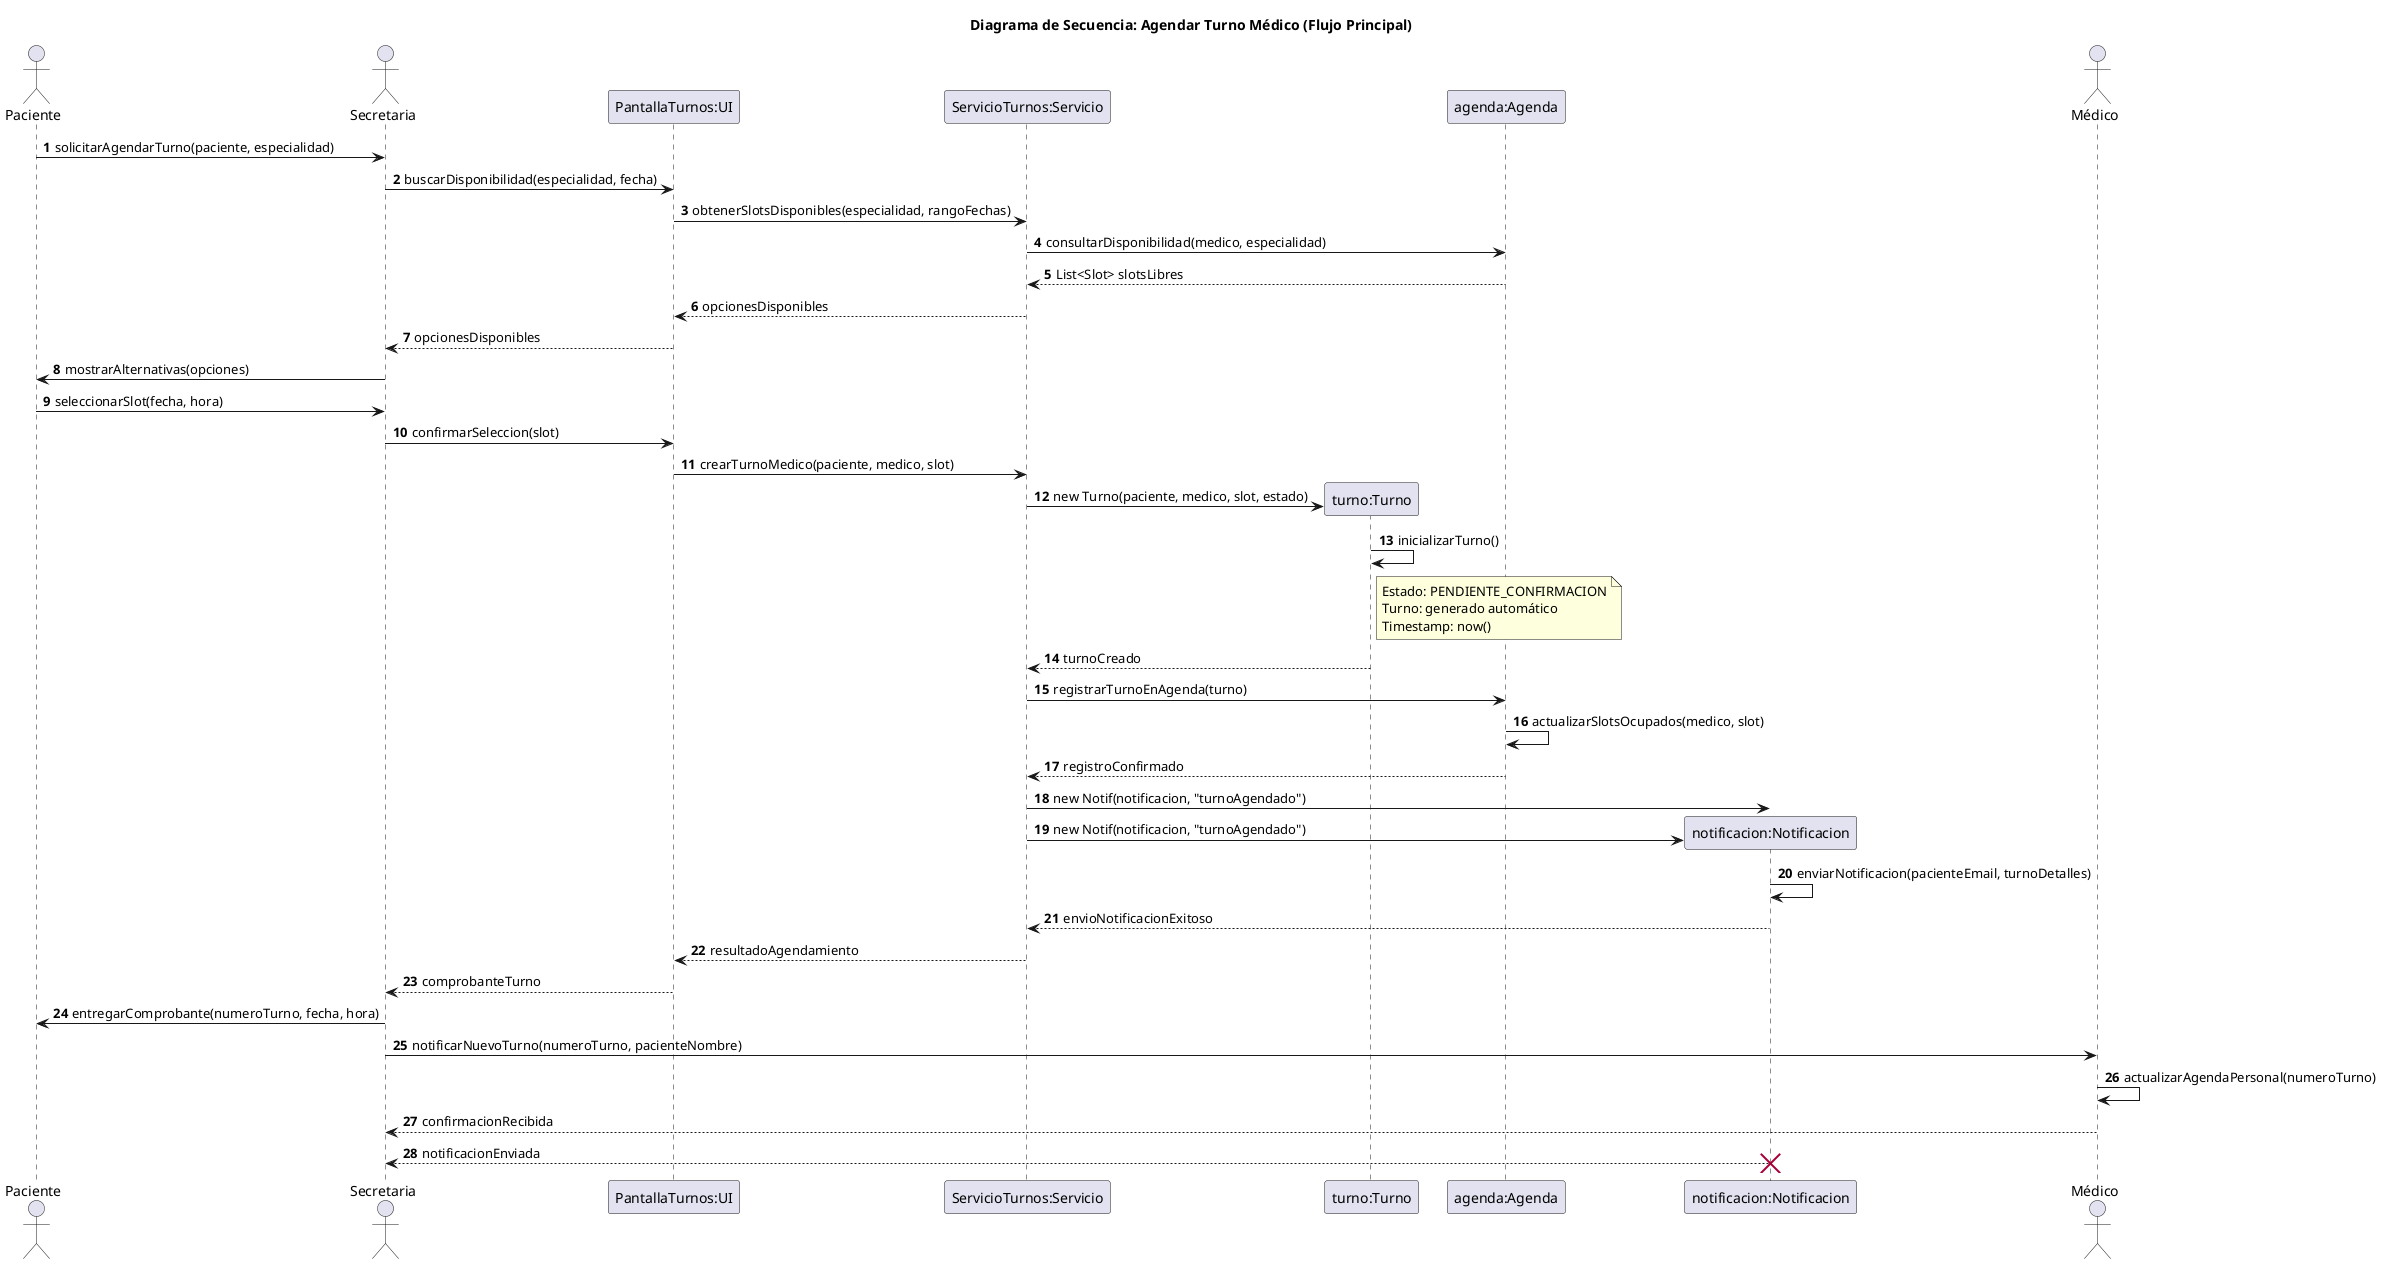
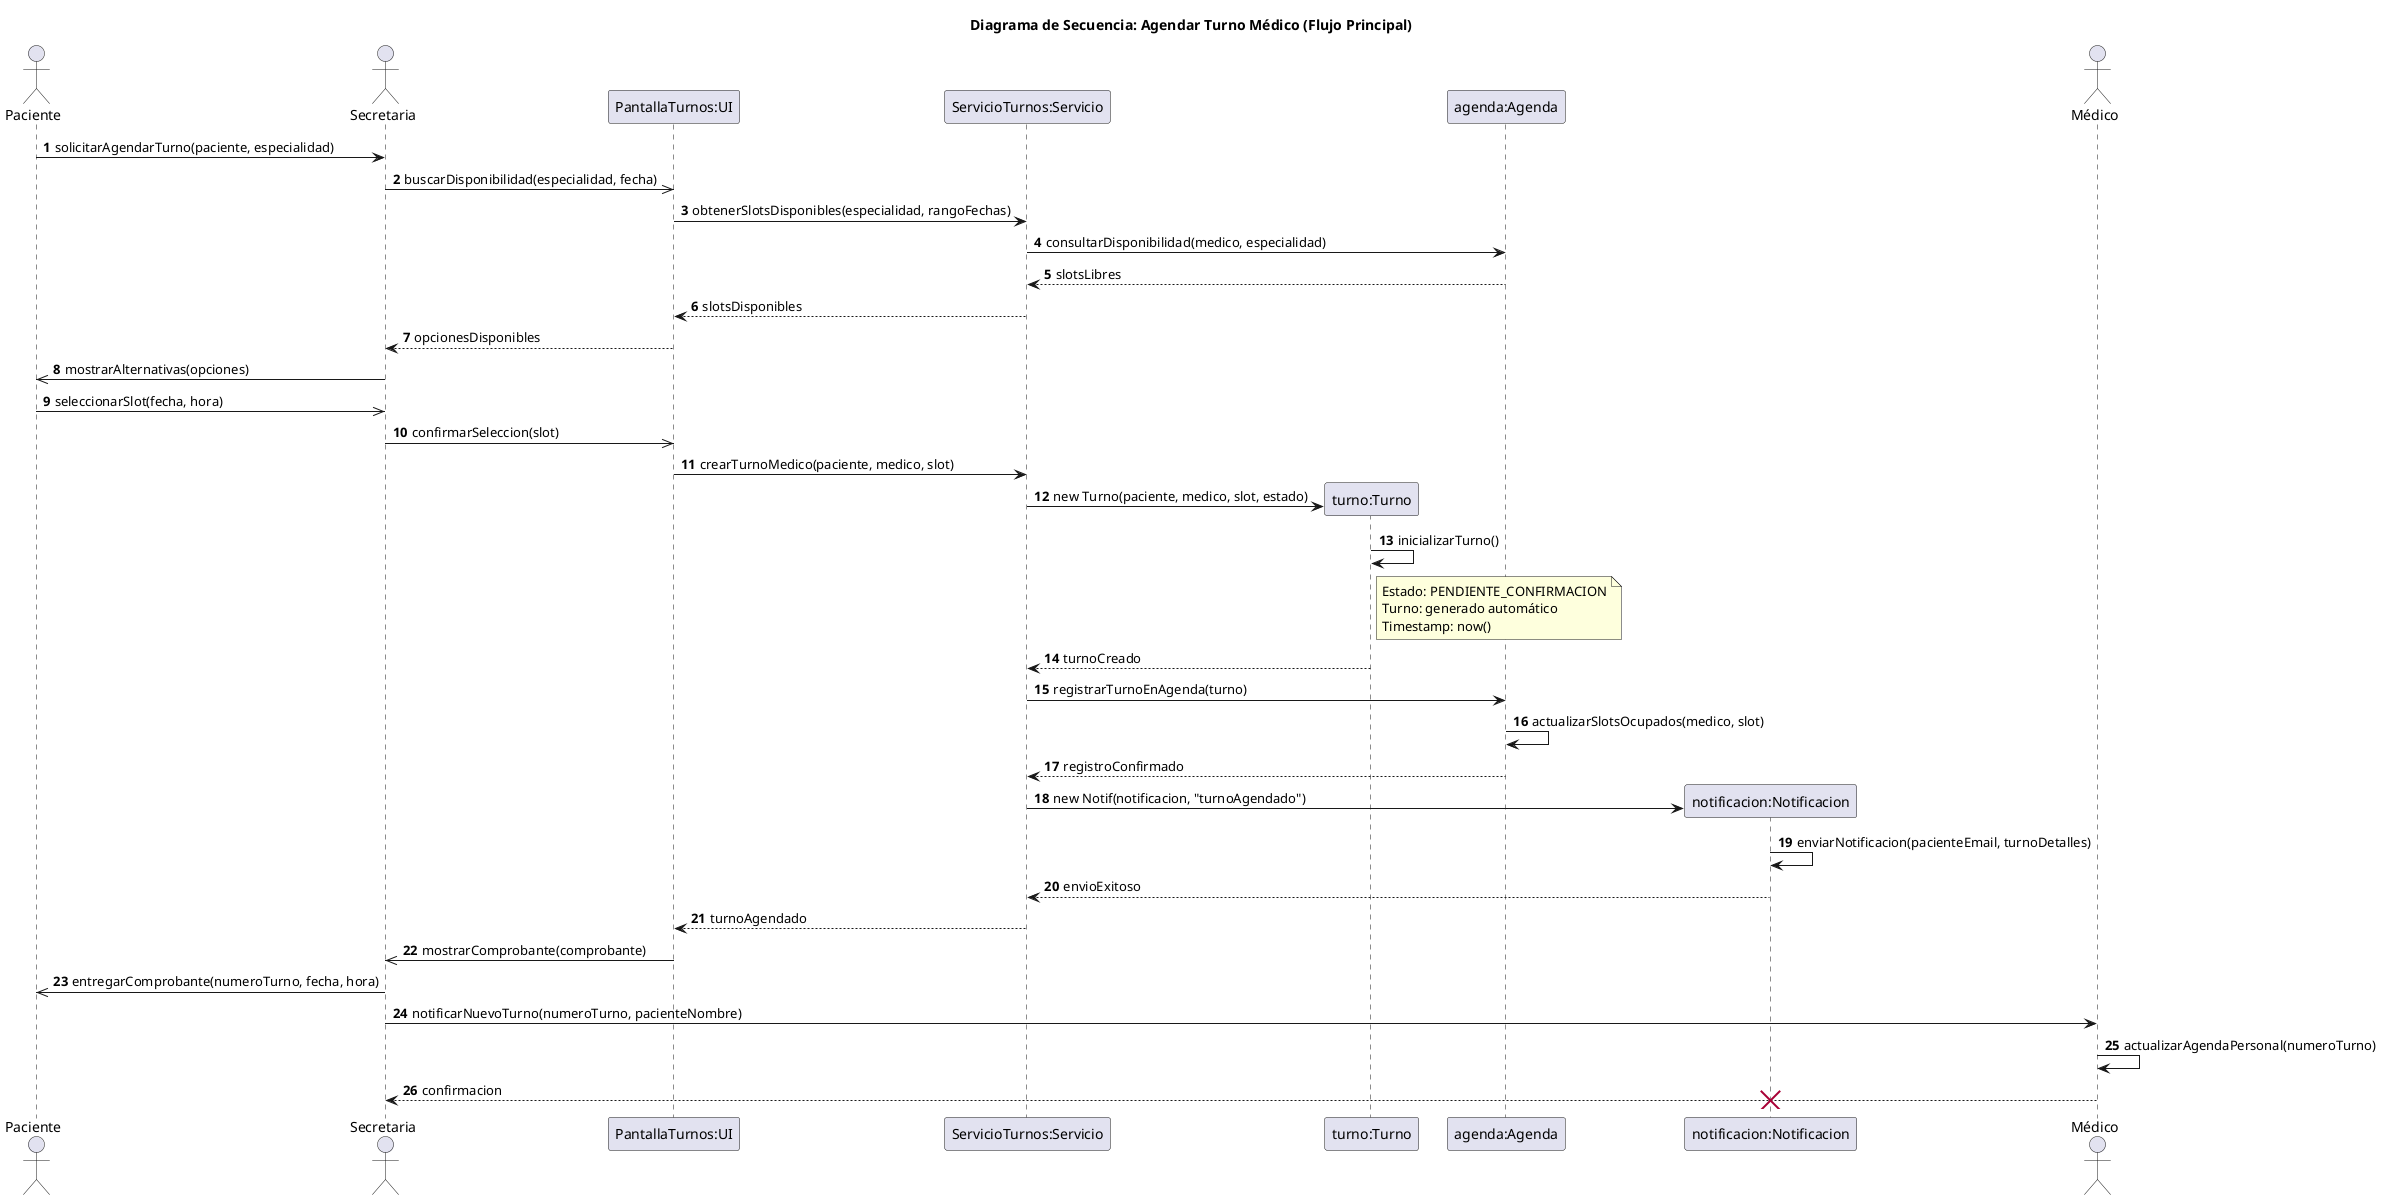
@startuml 05-secuencia-agendar-turno-flujo-principal-01
title Diagrama de Secuencia: Agendar Turno Médico (Flujo Principal)

actor Paciente
actor Secretaria
participant "PantallaTurnos:UI" as UI
participant "ServicioTurnos:Servicio" as Servicio
participant "turno:Turno" as Turno
participant "agenda:Agenda" as Agenda
participant "notificacion:Notificacion" as Notif
actor Médico

autonumber

Paciente -> Secretaria: solicitarAgendarTurno(paciente, especialidad)
- Secretaria -> UI: buscarDisponibilidad(especialidad, fecha)
+ Secretaria ->> UI: buscarDisponibilidad(especialidad, fecha)
UI -> Servicio: obtenerSlotsDisponibles(especialidad, rangoFechas)
Servicio -> Agenda: consultarDisponibilidad(medico, especialidad)
- Agenda --> Servicio: List<Slot> slotsLibres
- Servicio --> UI: opcionesDisponibles
+ Agenda --> Servicio: slotsLibres
+ Servicio --> UI: slotsDisponibles
UI --> Secretaria: opcionesDisponibles
- Secretaria -> Paciente: mostrarAlternativas(opciones)
- Paciente -> Secretaria: seleccionarSlot(fecha, hora)
- Secretaria -> UI: confirmarSeleccion(slot)
+ Secretaria ->> Paciente: mostrarAlternativas(opciones)
+ Paciente ->> Secretaria: seleccionarSlot(fecha, hora)
+ Secretaria ->> UI: confirmarSeleccion(slot)
UI -> Servicio: crearTurnoMedico(paciente, medico, slot)
create Turno
Servicio -> Turno: new Turno(paciente, medico, slot, estado)
Turno -> Turno: inicializarTurno()
note right of Turno
  Estado: PENDIENTE_CONFIRMACION
  Turno: generado automático
  Timestamp: now()
end note
Turno --> Servicio: turnoCreado
Servicio -> Agenda: registrarTurnoEnAgenda(turno)
Agenda -> Agenda: actualizarSlotsOcupados(medico, slot)
Agenda --> Servicio: registroConfirmado
- Servicio -> Notif: new Notif(notificacion, "turnoAgendado")
create Notif
Servicio -> Notif: new Notif(notificacion, "turnoAgendado")
Notif -> Notif: enviarNotificacion(pacienteEmail, turnoDetalles)
- Notif --> Servicio: envioNotificacionExitoso
- Servicio --> UI: resultadoAgendamiento
- UI --> Secretaria: comprobanteTurno
- Secretaria -> Paciente: entregarComprobante(numeroTurno, fecha, hora)
+ Notif --> Servicio: envioExitoso
+ Servicio --> UI: turnoAgendado
+ UI ->> Secretaria: mostrarComprobante(comprobante)
+ Secretaria ->> Paciente: entregarComprobante(numeroTurno, fecha, hora)
Secretaria -> Médico: notificarNuevoTurno(numeroTurno, pacienteNombre)
Médico -> Médico: actualizarAgendaPersonal(numeroTurno)
- Médico --> Secretaria: confirmacionRecibida
- Notif --> Secretaria: notificacionEnviada
+ Médico --> Secretaria: confirmacion
destroy Notif

@enduml
